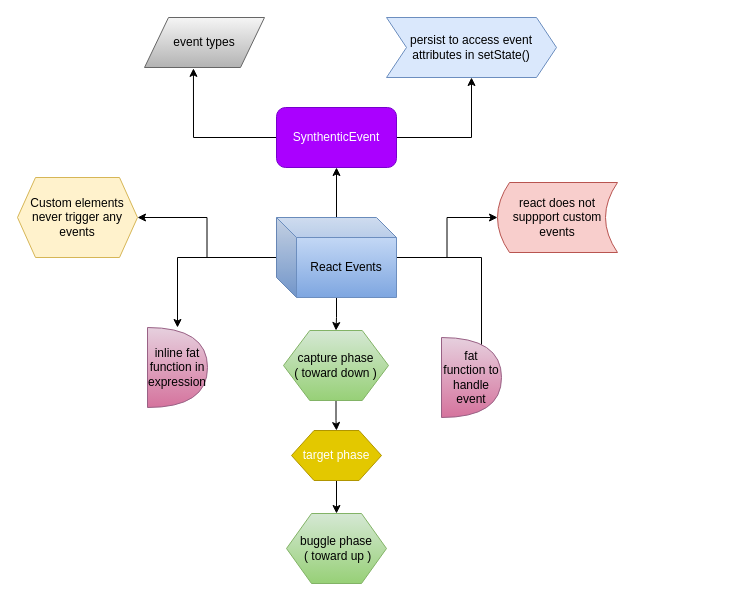
Earlier version of the draw.io diagram My Articles/react/React Events.drawio (anbarasan-raji/books). Source tidied: cells renumbered, new cells numbered last; positions are measured from the earlier drawing's top-left corner, leaving out a move shared by most shapes. Both pictures are drawn from the tidied source at 100%, with x=0, y=0 at pixel (17, 17).
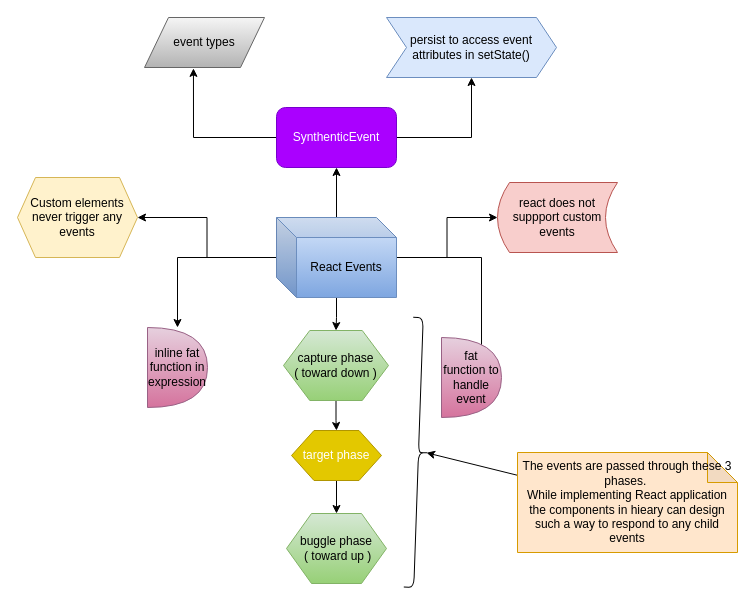
After the change.

The edit, as a diff of the source:
```diff
@@
+    <mxCell id="23" style="shape=curlyBracket;whiteSpace=wrap;html=1;rounded=1;rotation=-178;" parent="1" vertex="1">
+      <mxGeometry x="391" y="300" width="20" height="270" as="geometry" />
+    </mxCell>
+    <mxCell id="24" style="edgeStyle=none;rounded=0;jettySize=auto;html=1;entryX=0.1;entryY=0.5;entryDx=0;entryDy=0;entryPerimeter=0;" parent="1" edge="1" source="25" target="23">
+      <mxGeometry relative="1" as="geometry" />
+    </mxCell>
+    <mxCell id="25" value="The events are passed through these 3 phases.&amp;nbsp;&lt;br&gt;While implementing React application the components in hieary can design such a way to respond to any child events" style="shape=note;whiteSpace=wrap;html=1;backgroundOutline=1;darkOpacity=0.05;fillColor=#ffe6cc;strokeColor=#d79b00;" parent="1" vertex="1">
+      <mxGeometry x="500" y="435" width="220" height="100" as="geometry" />
+    </mxCell>
```
